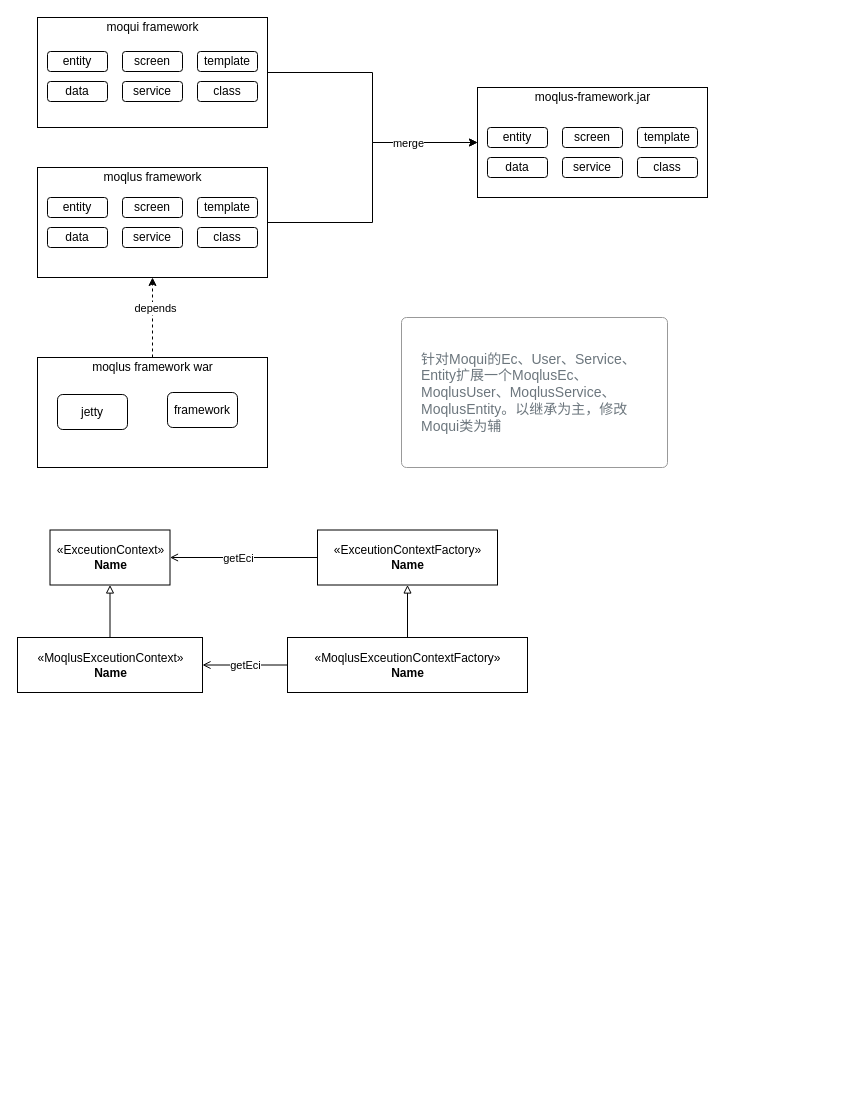
The draw.io diagram yunify/moqlus-dev-new.drawio in jiangliuhong/drawdb, before the edit. Source tidied: cells renumbered, new cells numbered last; positions are measured from the earlier drawing's top-left corner, leaving out a move shared by most shapes. Both pictures are drawn from the tidied source at 100%, with x=0, y=0 at pixel (17, 17).
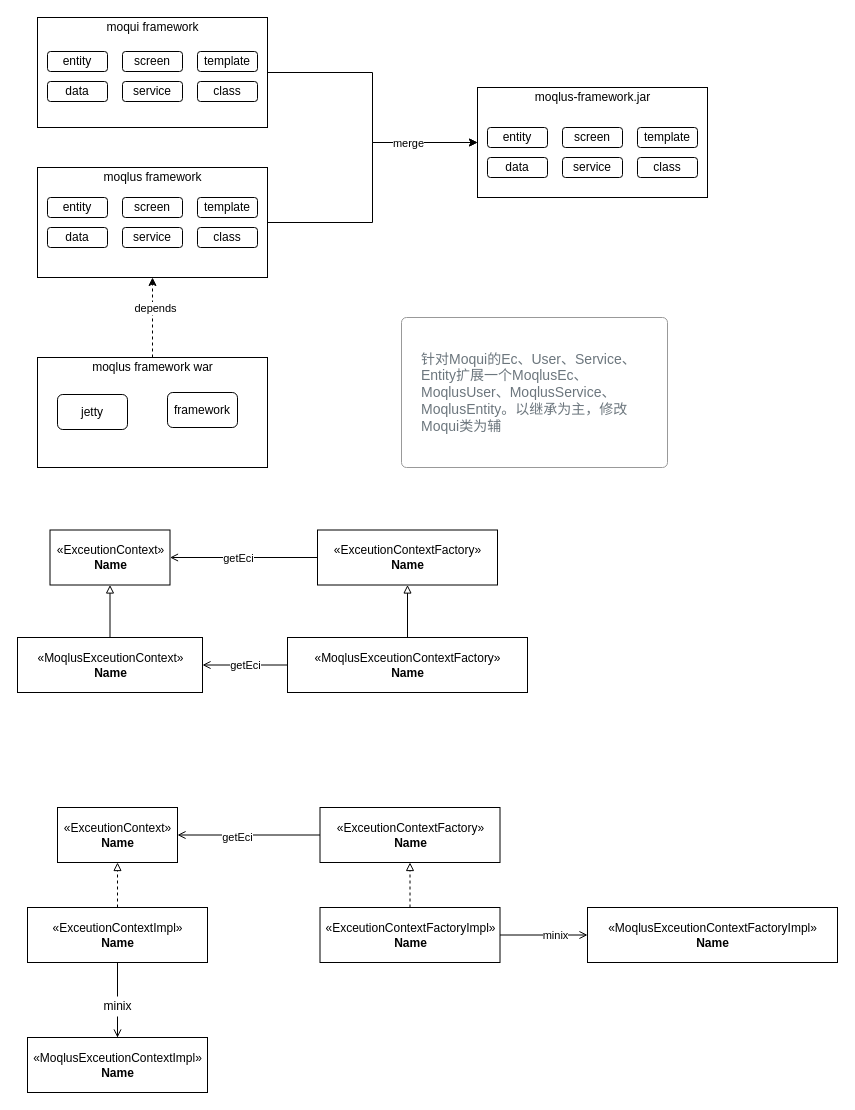
The same page after the edit.

What changed in the source:
```diff
@@
+    <mxCell id="46" value="«ExceutionContext»&lt;br&gt;&lt;b&gt;Name&lt;/b&gt;" style="html=1;" parent="1" vertex="1">
+      <mxGeometry x="40" y="790" width="120" height="55" as="geometry" />
+    </mxCell>
+    <mxCell id="47" style="edgeStyle=orthogonalEdgeStyle;rounded=0;jettySize=auto;html=1;exitX=0;exitY=0.5;exitDx=0;exitDy=0;entryX=1;entryY=0.5;entryDx=0;entryDy=0;startArrow=none;startFill=0;endArrow=open;endFill=0;" parent="1" edge="1" source="49" target="46">
+      <mxGeometry relative="1" as="geometry" />
+    </mxCell>
+    <mxCell id="48" value="getEci" style="edgeLabel;html=1;align=center;verticalAlign=middle;" parent="47" vertex="1">
+      <mxGeometry x="0.18" y="2" relative="1" as="geometry">
+        <mxPoint x="1" as="offset" />
+      </mxGeometry>
+    </mxCell>
+    <mxCell id="49" value="«ExceutionContextFactory»&lt;br&gt;&lt;b&gt;Name&lt;/b&gt;" style="html=1;" parent="1" vertex="1">
+      <mxGeometry x="302.5" y="790" width="180" height="55" as="geometry" />
+    </mxCell>
+    <mxCell id="50" style="edgeStyle=orthogonalEdgeStyle;rounded=0;jettySize=auto;html=1;exitX=0.5;exitY=1;exitDx=0;exitDy=0;startArrow=none;startFill=0;endArrow=open;endFill=0;" parent="1" edge="1" source="59" target="58">
+      <mxGeometry relative="1" as="geometry" />
+    </mxCell>
+    <mxCell id="51" style="edgeStyle=orthogonalEdgeStyle;rounded=0;jettySize=auto;html=1;exitX=0.5;exitY=0;exitDx=0;exitDy=0;entryX=0.5;entryY=1;entryDx=0;entryDy=0;startArrow=none;startFill=0;endArrow=block;endFill=0;dashed=1;" parent="1" edge="1" source="52" target="46">
+      <mxGeometry relative="1" as="geometry" />
+    </mxCell>
+    <mxCell id="52" value="«ExceutionContextImpl»&lt;br&gt;&lt;b&gt;Name&lt;/b&gt;" style="html=1;" parent="1" vertex="1">
+      <mxGeometry x="10" y="890" width="180" height="55" as="geometry" />
+    </mxCell>
+    <mxCell id="53" style="edgeStyle=orthogonalEdgeStyle;rounded=0;jettySize=auto;html=1;exitX=1;exitY=0.5;exitDx=0;exitDy=0;entryX=0;entryY=0.5;entryDx=0;entryDy=0;startArrow=none;startFill=0;endArrow=open;endFill=0;" parent="1" edge="1" source="56" target="57">
+      <mxGeometry relative="1" as="geometry" />
+    </mxCell>
+    <mxCell id="54" value="minix" style="edgeLabel;html=1;align=center;verticalAlign=middle;" parent="53" vertex="1">
+      <mxGeometry x="0.25" y="1" relative="1" as="geometry">
+        <mxPoint y="1" as="offset" />
+      </mxGeometry>
+    </mxCell>
+    <mxCell id="55" style="edgeStyle=orthogonalEdgeStyle;rounded=0;jettySize=auto;html=1;exitX=0.5;exitY=0;exitDx=0;exitDy=0;startArrow=none;startFill=0;endArrow=block;endFill=0;dashed=1;" parent="1" edge="1" source="56" target="49">
+      <mxGeometry relative="1" as="geometry" />
+    </mxCell>
+    <mxCell id="56" value="«ExceutionContextFactoryImpl»&lt;br&gt;&lt;b&gt;Name&lt;/b&gt;" style="html=1;" parent="1" vertex="1">
+      <mxGeometry x="302.5" y="890" width="180" height="55" as="geometry" />
+    </mxCell>
+    <mxCell id="57" value="«MoqlusExceutionContextFactoryImpl»&lt;br&gt;&lt;b&gt;Name&lt;/b&gt;" style="html=1;" parent="1" vertex="1">
+      <mxGeometry x="570" y="890" width="250" height="55" as="geometry" />
+    </mxCell>
+    <mxCell id="58" value="«MoqlusExceutionContextImpl»&lt;br&gt;&lt;b&gt;Name&lt;/b&gt;" style="html=1;" parent="1" vertex="1">
+      <mxGeometry x="10" y="1020" width="180" height="55" as="geometry" />
+    </mxCell>
+    <mxCell id="59" value="minix" style="text;html=1;align=center;verticalAlign=middle;points=[];strokeColor=none;" parent="1" vertex="1">
+      <mxGeometry x="80" y="979" width="40" height="20" as="geometry" />
+    </mxCell>
+    <mxCell id="60" style="edgeStyle=orthogonalEdgeStyle;rounded=0;jettySize=auto;html=1;exitX=0.5;exitY=1;exitDx=0;exitDy=0;startArrow=none;startFill=0;endArrow=none;endFill=0;" parent="1" edge="1" source="52" target="59">
+      <mxGeometry relative="1" as="geometry" />
+    </mxCell>
```
